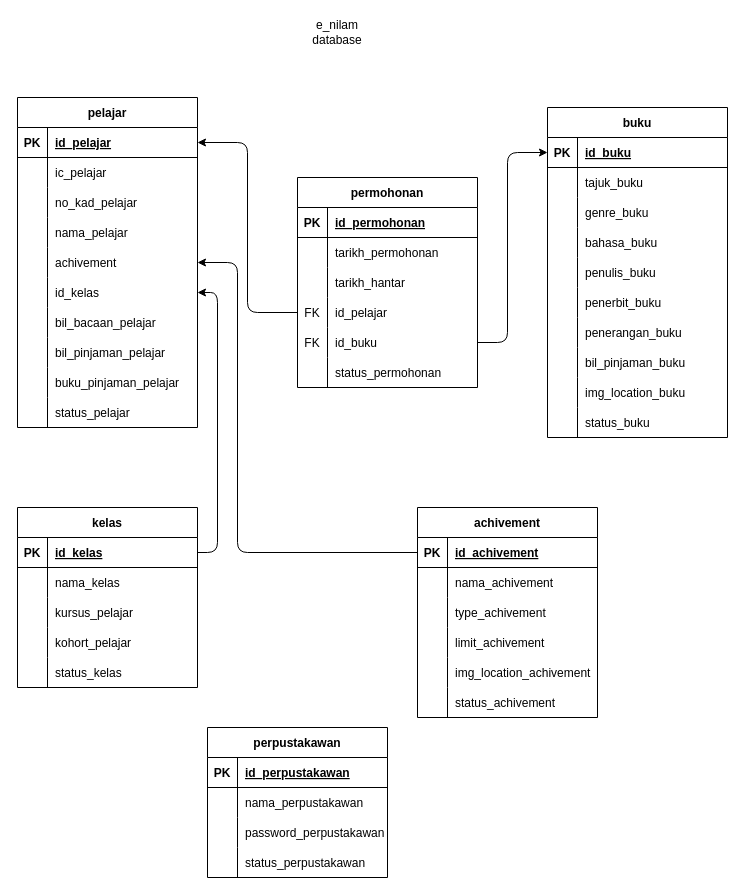
This is doc/database.drawio from Danialdev01/E-nilam, a draw.io file, before an edit. Source tidied: cells renumbered, new cells numbered last; positions are measured from the earlier drawing's top-left corner, leaving out a move shared by most shapes. Both pictures are drawn from the tidied source at 100%, with x=0, y=0 at pixel (17, 17).
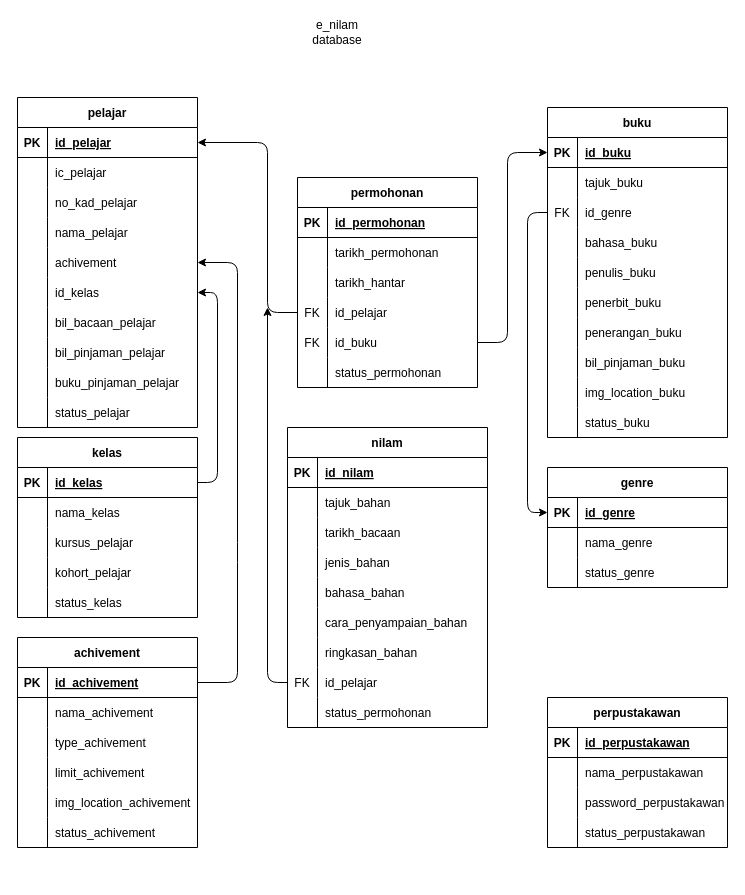
The same page after the edit.

The change refers to these unchanged cells:
```xml
<mxCell id="4" style="shape=tableRow;horizontal=0;startSize=0;swimlaneHead=0;swimlaneBody=0;fillColor=none;points=[[0,0.5],[1,0.5]];portConstraint=eastwest;top=0;left=0;right=0;bottom=1;" parent="3" vertex="1">
  <mxGeometry y="30" width="180" height="30" as="geometry" />
</mxCell>
<mxCell id="16" style="shape=tableRow;horizontal=0;startSize=0;swimlaneHead=0;swimlaneBody=0;fillColor=none;points=[[0,0.5],[1,0.5]];portConstraint=eastwest;top=0;left=0;right=0;bottom=0;" parent="3" vertex="1">
  <mxGeometry y="150" width="180" height="30" as="geometry" />
</mxCell>
<mxCell id="19" style="shape=tableRow;horizontal=0;startSize=0;swimlaneHead=0;swimlaneBody=0;fillColor=none;points=[[0,0.5],[1,0.5]];portConstraint=eastwest;top=0;left=0;right=0;bottom=0;" parent="3" vertex="1">
  <mxGeometry y="180" width="180" height="30" as="geometry" />
</mxCell>
<mxCell id="41" style="shape=tableRow;horizontal=0;startSize=0;swimlaneHead=0;swimlaneBody=0;fillColor=none;points=[[0,0.5],[1,0.5]];portConstraint=eastwest;top=0;left=0;right=0;bottom=0;" parent="34" vertex="1">
  <mxGeometry y="90" width="180" height="30" as="geometry" />
</mxCell>
<mxCell id="75" style="shape=tableRow;horizontal=0;startSize=0;swimlaneHead=0;swimlaneBody=0;fillColor=none;points=[[0,0.5],[1,0.5]];portConstraint=eastwest;top=0;left=0;right=0;bottom=0;" parent="65" vertex="1">
  <mxGeometry y="120" width="180" height="30" as="geometry" />
</mxCell>
<mxCell id="87" style="shape=tableRow;horizontal=0;startSize=0;swimlaneHead=0;swimlaneBody=0;fillColor=none;points=[[0,0.5],[1,0.5]];portConstraint=eastwest;top=0;left=0;right=0;bottom=1;" parent="86" vertex="1">
  <mxGeometry y="30" width="180" height="30" as="geometry" />
</mxCell>
<mxCell id="104" style="shape=tableRow;horizontal=0;startSize=0;swimlaneHead=0;swimlaneBody=0;fillColor=none;points=[[0,0.5],[1,0.5]];portConstraint=eastwest;top=0;left=0;right=0;bottom=1;" parent="103" vertex="1">
  <mxGeometry y="30" width="180" height="30" as="geometry" />
</mxCell>
```

Change to the diagram source:
```diff
@@
-    <mxCell id="42" style="shape=partialRectangle;fillColor=none;top=0;left=0;bottom=0;right=0;overflow=hidden;" parent="41" vertex="1">
+    <mxCell id="42" value="FK" style="shape=partialRectangle;fillColor=none;top=0;left=0;bottom=0;right=0;overflow=hidden;" parent="41" vertex="1">
       <mxGeometry width="30" height="30" as="geometry" />
     </mxCell>
-    <mxCell id="43" value="genre_buku" style="shape=partialRectangle;fillColor=none;top=0;left=0;bottom=0;right=0;align=left;spacingLeft=6;overflow=hidden;" parent="41" vertex="1">
+    <mxCell id="43" value="id_genre" style="shape=partialRectangle;fillColor=none;top=0;left=0;bottom=0;right=0;align=left;spacingLeft=6;overflow=hidden;" parent="41" vertex="1">
       <mxGeometry x="30" width="150" height="30" as="geometry" />
     </mxCell>
@@
-    <mxCell id="84" style="edgeStyle=none;html=1;exitX=0;exitY=0.5;exitDx=0;exitDy=0;entryX=1;entryY=0.5;entryDx=0;entryDy=0;" parent="1" edge="1" source="75" target="4">
+    <mxCell id="84" style="edgeStyle=none;html=1;exitX=0;exitY=0.5;exitDx=0;exitDy=0;entryX=1;entryY=0.5;entryDx=0;entryDy=0;strokeColor=#000000;" parent="1" edge="1" source="75" target="4">
       <mxGeometry relative="1" as="geometry">
         <Array as="points">
-          <mxPoint x="230" y="295" />
-          <mxPoint x="230" y="125" />
+          <mxPoint x="250" y="295" />
+          <mxPoint x="250" y="125" />
         </Array>
       </mxGeometry>
     </mxCell>
@@
     <mxCell id="86" value="kelas" style="shape=table;startSize=30;childLayout=tableLayout;rowLines=0;fontStyle=1;align=center;" parent="1" vertex="1">
-      <mxGeometry y="490" width="180" height="180" as="geometry" />
+      <mxGeometry y="420" width="180" height="180" as="geometry" />
     </mxCell>
@@
     <mxCell id="102" style="edgeStyle=none;html=1;exitX=1;exitY=0.5;exitDx=0;exitDy=0;entryX=1;entryY=0.5;entryDx=0;entryDy=0;" parent="1" edge="1" source="87" target="19">
       <mxGeometry relative="1" as="geometry">
         <Array as="points">
-          <mxPoint x="200" y="535" />
+          <mxPoint x="200" y="465" />
           <mxPoint x="200" y="275" />
         </Array>
       </mxGeometry>
     </mxCell>
     <mxCell id="103" value="achivement" style="shape=table;startSize=30;childLayout=tableLayout;rowLines=0;fontStyle=1;align=center;" parent="1" vertex="1">
-      <mxGeometry x="400" y="490" width="180" height="210" as="geometry" />
+      <mxGeometry y="620" width="180" height="210" as="geometry" />
     </mxCell>
@@
-    <mxCell id="122" style="edgeStyle=none;html=1;exitX=0;exitY=0.5;exitDx=0;exitDy=0;entryX=1;entryY=0.5;entryDx=0;entryDy=0;" parent="1" edge="1" source="104" target="16">
+    <mxCell id="122" style="edgeStyle=none;html=1;entryX=1;entryY=0.5;entryDx=0;entryDy=0;exitX=1;exitY=0.5;exitDx=0;exitDy=0;" parent="1" edge="1" source="104" target="16">
       <mxGeometry relative="1" as="geometry">
         <Array as="points">
+          <mxPoint x="220" y="665" />
           <mxPoint x="220" y="535" />
           <mxPoint x="220" y="245" />
         </Array>
       </mxGeometry>
     </mxCell>
     <mxCell id="123" value="perpustakawan" style="shape=table;startSize=30;childLayout=tableLayout;rowLines=0;fontStyle=1;align=center;" parent="1" vertex="1">
-      <mxGeometry x="190" y="710" width="180" height="150" as="geometry" />
+      <mxGeometry x="530" y="680" width="180" height="150" as="geometry" />
     </mxCell>
@@
+    <mxCell id="136" value="genre" style="shape=table;startSize=30;childLayout=tableLayout;rowLines=0;fontStyle=1;align=center;" parent="1" vertex="1">
+      <mxGeometry x="530" y="450" width="180" height="120" as="geometry" />
+    </mxCell>
+    <mxCell id="137" style="shape=tableRow;horizontal=0;startSize=0;swimlaneHead=0;swimlaneBody=0;fillColor=none;points=[[0,0.5],[1,0.5]];portConstraint=eastwest;top=0;left=0;right=0;bottom=1;" parent="136" vertex="1">
+      <mxGeometry y="30" width="180" height="30" as="geometry" />
+    </mxCell>
+    <mxCell id="138" value="PK" style="shape=partialRectangle;fillColor=none;top=0;left=0;bottom=0;right=0;fontStyle=1;overflow=hidden;" parent="137" vertex="1">
+      <mxGeometry width="30" height="30" as="geometry" />
+    </mxCell>
+    <mxCell id="139" value="id_genre" style="shape=partialRectangle;fillColor=none;top=0;left=0;bottom=0;right=0;align=left;spacingLeft=6;fontStyle=5;overflow=hidden;" parent="137" vertex="1">
+      <mxGeometry x="30" width="150" height="30" as="geometry" />
+    </mxCell>
+    <mxCell id="140" style="shape=tableRow;horizontal=0;startSize=0;swimlaneHead=0;swimlaneBody=0;fillColor=none;top=0;left=0;right=0;bottom=0;" parent="136" vertex="1">
+      <mxGeometry y="60" width="180" height="30" as="geometry" />
+    </mxCell>
+    <mxCell id="141" style="shape=partialRectangle;fillColor=none;top=0;left=0;bottom=0;right=0;overflow=hidden;" parent="140" vertex="1">
+      <mxGeometry width="30" height="30" as="geometry" />
+    </mxCell>
+    <mxCell id="142" value="nama_genre" style="shape=partialRectangle;fillColor=none;top=0;left=0;bottom=0;right=0;align=left;spacingLeft=6;overflow=hidden;" parent="140" vertex="1">
+      <mxGeometry x="30" width="150" height="30" as="geometry" />
+    </mxCell>
+    <mxCell id="143" style="shape=tableRow;horizontal=0;startSize=0;swimlaneHead=0;swimlaneBody=0;fillColor=none;top=0;left=0;right=0;bottom=0;" parent="136" vertex="1">
+      <mxGeometry y="90" width="180" height="30" as="geometry" />
+    </mxCell>
+    <mxCell id="144" style="shape=partialRectangle;fillColor=none;top=0;left=0;bottom=0;right=0;overflow=hidden;" parent="143" vertex="1">
+      <mxGeometry width="30" height="30" as="geometry" />
+    </mxCell>
+    <mxCell id="145" value="status_genre" style="shape=partialRectangle;fillColor=none;top=0;left=0;bottom=0;right=0;align=left;spacingLeft=6;overflow=hidden;" parent="143" vertex="1">
+      <mxGeometry x="30" width="150" height="30" as="geometry" />
+    </mxCell>
+    <mxCell id="146" style="edgeStyle=none;html=1;exitX=0;exitY=0.5;exitDx=0;exitDy=0;entryX=0;entryY=0.5;entryDx=0;entryDy=0;" parent="1" edge="1" source="41" target="137">
+      <mxGeometry relative="1" as="geometry">
+        <Array as="points">
+          <mxPoint x="510" y="195" />
+          <mxPoint x="510" y="495" />
+        </Array>
+      </mxGeometry>
+    </mxCell>
+    <mxCell id="147" value="nilam" style="shape=table;startSize=30;childLayout=tableLayout;rowLines=0;fontStyle=1;align=center;" parent="1" vertex="1">
+      <mxGeometry x="270" y="410" width="200" height="300" as="geometry" />
+    </mxCell>
+    <mxCell id="148" style="shape=tableRow;horizontal=0;startSize=0;swimlaneHead=0;swimlaneBody=0;fillColor=none;top=0;left=0;right=0;bottom=1;" parent="147" vertex="1">
+      <mxGeometry y="30" width="200" height="30" as="geometry" />
+    </mxCell>
+    <mxCell id="149" value="PK" style="shape=partialRectangle;fillColor=none;top=0;left=0;bottom=0;right=0;fontStyle=1;overflow=hidden;" parent="148" vertex="1">
+      <mxGeometry width="30" height="30" as="geometry" />
+    </mxCell>
+    <mxCell id="150" value="id_nilam" style="shape=partialRectangle;fillColor=none;top=0;left=0;bottom=0;right=0;align=left;spacingLeft=6;fontStyle=5;overflow=hidden;" parent="148" vertex="1">
+      <mxGeometry x="30" width="170" height="30" as="geometry" />
+    </mxCell>
+    <mxCell id="151" style="shape=tableRow;horizontal=0;startSize=0;swimlaneHead=0;swimlaneBody=0;fillColor=none;top=0;left=0;right=0;bottom=0;" parent="147" vertex="1">
+      <mxGeometry y="60" width="200" height="30" as="geometry" />
+    </mxCell>
+    <mxCell id="152" style="shape=partialRectangle;fillColor=none;top=0;left=0;bottom=0;right=0;overflow=hidden;" parent="151" vertex="1">
+      <mxGeometry width="30" height="30" as="geometry" />
+    </mxCell>
+    <mxCell id="153" value="tajuk_bahan" style="shape=partialRectangle;fillColor=none;top=0;left=0;bottom=0;right=0;align=left;spacingLeft=6;overflow=hidden;" parent="151" vertex="1">
+      <mxGeometry x="30" width="170" height="30" as="geometry" />
+    </mxCell>
+    <mxCell id="154" style="shape=tableRow;horizontal=0;startSize=0;swimlaneHead=0;swimlaneBody=0;fillColor=none;top=0;left=0;right=0;bottom=0;" parent="147" vertex="1">
+      <mxGeometry y="90" width="200" height="30" as="geometry" />
+    </mxCell>
+    <mxCell id="155" style="shape=partialRectangle;fillColor=none;top=0;left=0;bottom=0;right=0;overflow=hidden;" parent="154" vertex="1">
+      <mxGeometry width="30" height="30" as="geometry" />
+    </mxCell>
+    <mxCell id="156" value="tarikh_bacaan" style="shape=partialRectangle;fillColor=none;top=0;left=0;bottom=0;right=0;align=left;spacingLeft=6;overflow=hidden;" parent="154" vertex="1">
+      <mxGeometry x="30" width="170" height="30" as="geometry" />
+    </mxCell>
+    <mxCell id="157" style="shape=tableRow;horizontal=0;startSize=0;swimlaneHead=0;swimlaneBody=0;fillColor=none;top=0;left=0;right=0;bottom=0;" parent="147" vertex="1">
+      <mxGeometry y="120" width="200" height="30" as="geometry" />
+    </mxCell>
+    <mxCell id="158" style="shape=partialRectangle;fillColor=none;top=0;left=0;bottom=0;right=0;overflow=hidden;" parent="157" vertex="1">
+      <mxGeometry width="30" height="30" as="geometry" />
+    </mxCell>
+    <mxCell id="159" value="jenis_bahan" style="shape=partialRectangle;fillColor=none;top=0;left=0;bottom=0;right=0;align=left;spacingLeft=6;overflow=hidden;" parent="157" vertex="1">
+      <mxGeometry x="30" width="170" height="30" as="geometry" />
+    </mxCell>
+    <mxCell id="160" style="shape=tableRow;horizontal=0;startSize=0;swimlaneHead=0;swimlaneBody=0;fillColor=none;top=0;left=0;right=0;bottom=0;" parent="147" vertex="1">
+      <mxGeometry y="150" width="200" height="30" as="geometry" />
+    </mxCell>
+    <mxCell id="161" style="shape=partialRectangle;fillColor=none;top=0;left=0;bottom=0;right=0;overflow=hidden;" parent="160" vertex="1">
+      <mxGeometry width="30" height="30" as="geometry" />
+    </mxCell>
+    <mxCell id="162" value="bahasa_bahan" style="shape=partialRectangle;fillColor=none;top=0;left=0;bottom=0;right=0;align=left;spacingLeft=6;overflow=hidden;" parent="160" vertex="1">
+      <mxGeometry x="30" width="170" height="30" as="geometry" />
+    </mxCell>
+    <mxCell id="163" style="shape=tableRow;horizontal=0;startSize=0;swimlaneHead=0;swimlaneBody=0;fillColor=none;top=0;left=0;right=0;bottom=0;" parent="147" vertex="1">
+      <mxGeometry y="180" width="200" height="30" as="geometry" />
+    </mxCell>
+    <mxCell id="164" style="shape=partialRectangle;fillColor=none;top=0;left=0;bottom=0;right=0;overflow=hidden;" parent="163" vertex="1">
+      <mxGeometry width="30" height="30" as="geometry" />
+    </mxCell>
+    <mxCell id="165" value="cara_penyampaian_bahan" style="shape=partialRectangle;fillColor=none;top=0;left=0;bottom=0;right=0;align=left;spacingLeft=6;overflow=hidden;" parent="163" vertex="1">
+      <mxGeometry x="30" width="170" height="30" as="geometry" />
+    </mxCell>
+    <mxCell id="166" style="shape=tableRow;horizontal=0;startSize=0;swimlaneHead=0;swimlaneBody=0;fillColor=none;top=0;left=0;right=0;bottom=0;" parent="147" vertex="1">
+      <mxGeometry y="210" width="200" height="30" as="geometry" />
+    </mxCell>
+    <mxCell id="167" style="shape=partialRectangle;fillColor=none;top=0;left=0;bottom=0;right=0;overflow=hidden;" parent="166" vertex="1">
+      <mxGeometry width="30" height="30" as="geometry" />
+    </mxCell>
+    <mxCell id="168" value="ringkasan_bahan" style="shape=partialRectangle;fillColor=none;top=0;left=0;bottom=0;right=0;align=left;spacingLeft=6;overflow=hidden;" parent="166" vertex="1">
+      <mxGeometry x="30" width="170" height="30" as="geometry" />
+    </mxCell>
+    <mxCell id="169" style="shape=tableRow;horizontal=0;startSize=0;swimlaneHead=0;swimlaneBody=0;fillColor=none;points=[[0,0.5],[1,0.5]];portConstraint=eastwest;top=0;left=0;right=0;bottom=0;" parent="147" vertex="1">
+      <mxGeometry y="240" width="200" height="30" as="geometry" />
+    </mxCell>
+    <mxCell id="170" value="FK" style="shape=partialRectangle;fillColor=none;top=0;left=0;bottom=0;right=0;overflow=hidden;" parent="169" vertex="1">
+      <mxGeometry width="30" height="30" as="geometry" />
+    </mxCell>
+    <mxCell id="171" value="id_pelajar" style="shape=partialRectangle;fillColor=none;top=0;left=0;bottom=0;right=0;align=left;spacingLeft=6;overflow=hidden;" parent="169" vertex="1">
+      <mxGeometry x="30" width="170" height="30" as="geometry" />
+    </mxCell>
+    <mxCell id="172" style="shape=tableRow;horizontal=0;startSize=0;swimlaneHead=0;swimlaneBody=0;fillColor=none;top=0;left=0;right=0;bottom=0;" parent="147" vertex="1">
+      <mxGeometry y="270" width="200" height="30" as="geometry" />
+    </mxCell>
+    <mxCell id="173" style="shape=partialRectangle;fillColor=none;top=0;left=0;bottom=0;right=0;overflow=hidden;" parent="172" vertex="1">
+      <mxGeometry width="30" height="30" as="geometry" />
+    </mxCell>
+    <mxCell id="174" value="status_permohonan" style="shape=partialRectangle;fillColor=none;top=0;left=0;bottom=0;right=0;align=left;spacingLeft=6;overflow=hidden;" parent="172" vertex="1">
+      <mxGeometry x="30" width="170" height="30" as="geometry" />
+    </mxCell>
+    <mxCell id="175" style="edgeStyle=none;html=1;exitX=0;exitY=0.5;exitDx=0;exitDy=0;" parent="1" edge="1" source="169">
+      <mxGeometry relative="1" as="geometry">
+        <mxPoint x="250" y="290" as="targetPoint" />
+        <Array as="points">
+          <mxPoint x="250" y="665" />
+        </Array>
+      </mxGeometry>
+    </mxCell>
```
